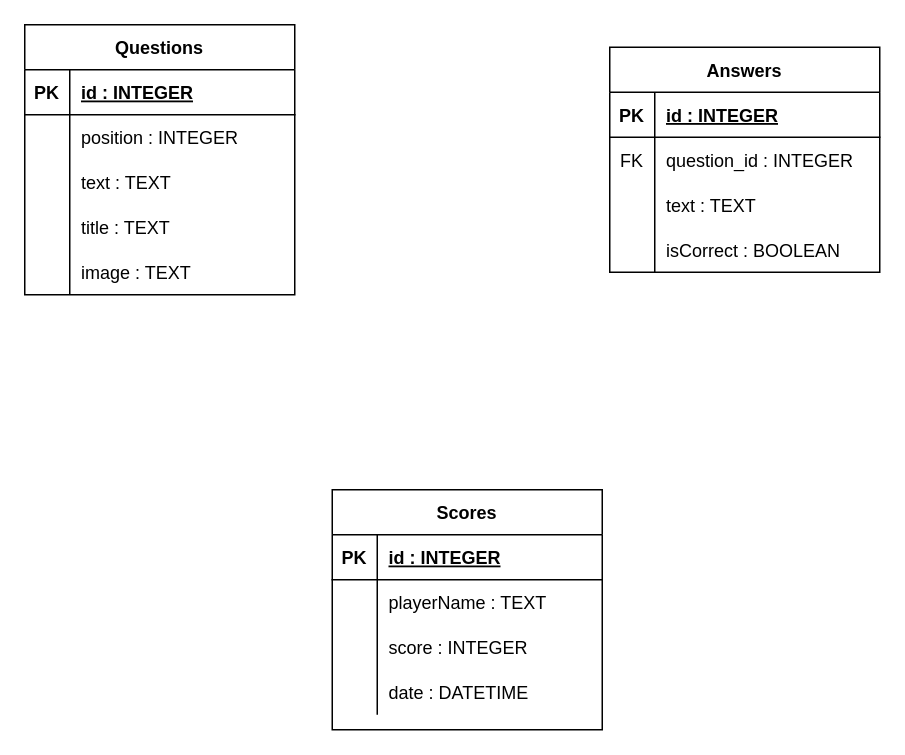
Earlier version of the draw.io diagram mcd.drawio (Haldarys/QuizzApp). Source tidied: cells renumbered, new cells numbered last; positions are measured from the earlier drawing's top-left corner, leaving out a move shared by most shapes. Both pictures are drawn from the tidied source at 150%, with x=0, y=0 at pixel (24, 24).
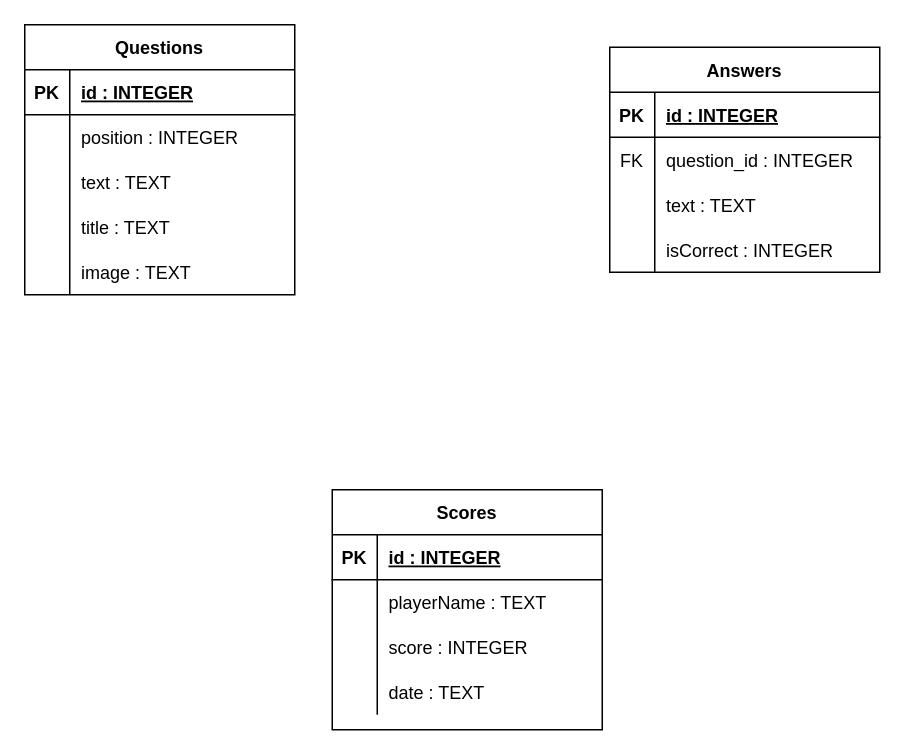
The same diagram, later.

The change refers to these unchanged cells:
```xml
<mxCell id="28" style="shape=partialRectangle;fillColor=none;top=0;left=0;bottom=0;right=0;" parent="18" vertex="1">
  <mxGeometry y="120" width="180" height="30" as="geometry" />
</mxCell>
<mxCell id="41" style="shape=partialRectangle;fillColor=none;top=0;left=0;bottom=0;right=0;" parent="31" vertex="1">
  <mxGeometry y="120" width="180" height="30" as="geometry" />
</mxCell>
```

Change to the diagram source:
```diff
@@
-    <mxCell id="30" value="isCorrect : BOOLEAN" style="shape=partialRectangle;fillColor=none;top=0;left=0;bottom=0;right=0;align=left;spacingLeft=6;overflow=hidden;" parent="28" vertex="1">
+    <mxCell id="30" value="isCorrect : INTEGER" style="shape=partialRectangle;fillColor=none;top=0;left=0;bottom=0;right=0;align=left;spacingLeft=6;overflow=hidden;" parent="28" vertex="1">
       <mxGeometry x="30" width="150" height="30" as="geometry" />
     </mxCell>
@@
-    <mxCell id="43" value="date : DATETIME" style="shape=partialRectangle;fillColor=none;top=0;left=0;bottom=0;right=0;align=left;spacingLeft=6;overflow=hidden;" parent="41" vertex="1">
+    <mxCell id="43" value="date : TEXT" style="shape=partialRectangle;fillColor=none;top=0;left=0;bottom=0;right=0;align=left;spacingLeft=6;overflow=hidden;" parent="41" vertex="1">
       <mxGeometry x="30" width="150" height="30" as="geometry" />
     </mxCell>
```
